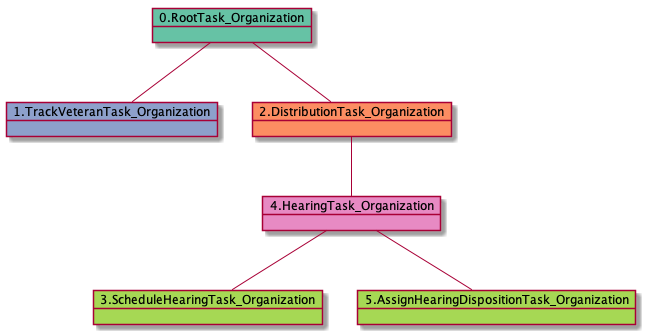
Before: docs-H/uml/RTO.TVTO.DTO.SHTO.HTO.AHDTO-42246.png, a diagram exported from PlantUML (yoomlam/graphing).
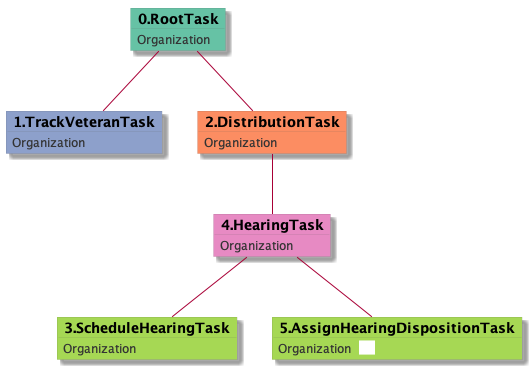
Later version of the same file.

Diff of the diagram source:
```diff
@@ -1,13 +1,33 @@
 @startuml
-object 0.RootTask_Organization #66c2a5
-object 1.TrackVeteranTask_Organization #8da0cb
-object 2.DistributionTask_Organization #fc8d62
-object 3.ScheduleHearingTask_Organization #a6d854
-object 4.HearingTask_Organization #e78ac3
-object 5.AssignHearingDispositionTask_Organization #a6d854
-0.RootTask_Organization -- 1.TrackVeteranTask_Organization
-0.RootTask_Organization -- 2.DistributionTask_Organization
-4.HearingTask_Organization -- 3.ScheduleHearingTask_Organization
-2.DistributionTask_Organization -- 4.HearingTask_Organization
-4.HearingTask_Organization -- 5.AssignHearingDispositionTask_Organization
+skinparam {
+  ObjectBorderColor #555
+  ObjectBorderThickness 0
+  ObjectFontStyle bold
+  ObjectFontSize 14
+  ObjectAttributeFontColor #333
+  ObjectAttributeFontSize 12
+}
+  object 0.RootTask #66c2a5 {
+Organization
+}
+  object 1.TrackVeteranTask #8da0cb {
+Organization
+}
+  object 2.DistributionTask #fc8d62 {
+Organization
+}
+  object 3.ScheduleHearingTask #a6d854 {
+Organization
+}
+  object 4.HearingTask #e78ac3 {
+Organization
+}
+  object 5.AssignHearingDispositionTask #a6d854 {
+Organization  <back:white>    </back>
+}
+0.RootTask -- 1.TrackVeteranTask
+0.RootTask -- 2.DistributionTask
+4.HearingTask -- 3.ScheduleHearingTask
+2.DistributionTask -- 4.HearingTask
+4.HearingTask -- 5.AssignHearingDispositionTask
 @enduml
```
